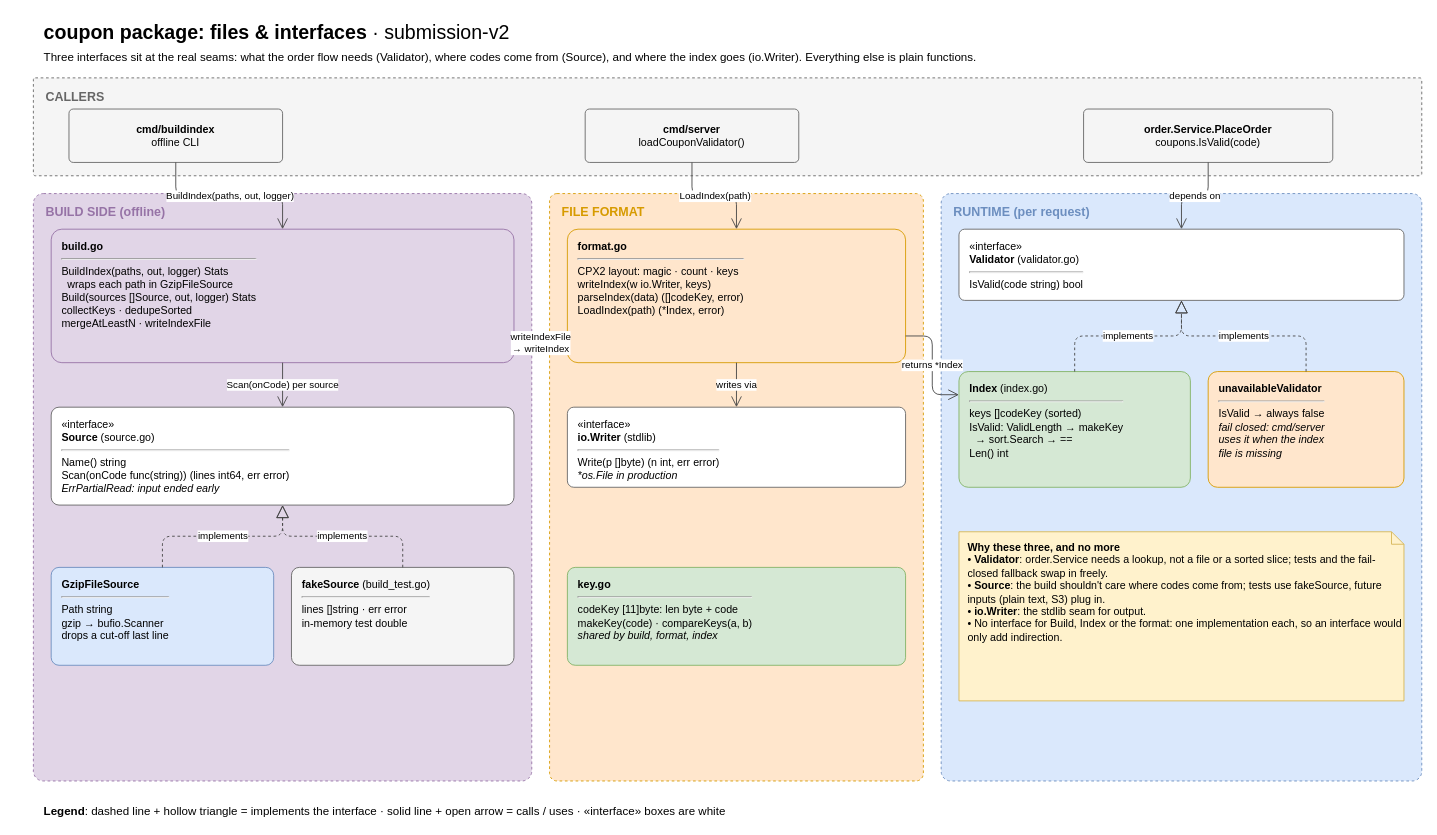
Before: page "Package map - interfaces" (2 of 4) of docs/diagrams/coupon.drawio in Vasanth-Korada/oolio-kart-challenge, a draw.io diagram. Source tidied: cells renumbered, new cells numbered last; positions are measured from the earlier drawing's top-left corner, leaving out a move shared by most shapes. Both pictures are drawn from the tidied source at 89%, with x=0, y=0 at pixel (33, 15).
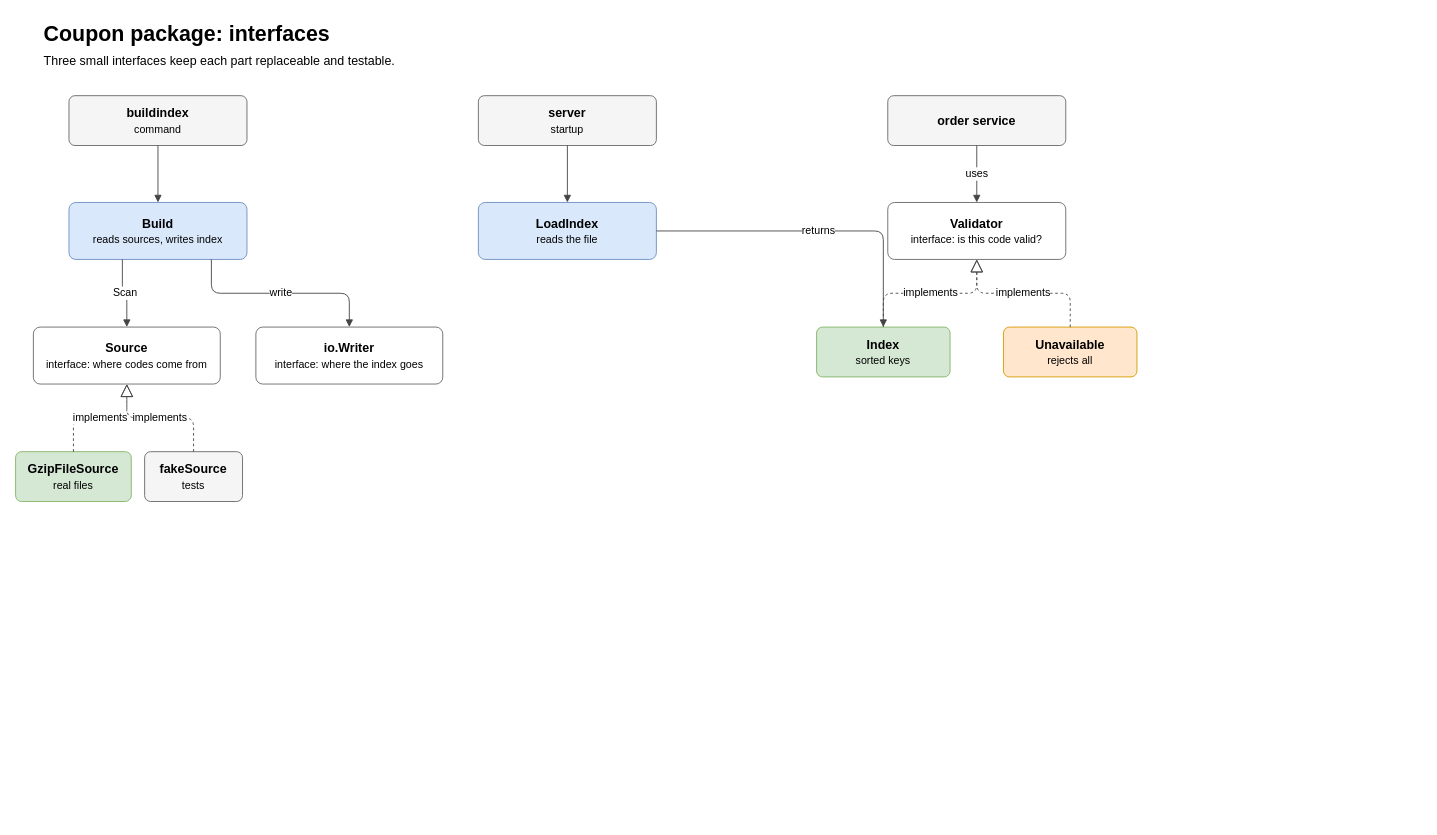
The same diagram, later.

Diff of the diagram source:
```diff
@@
-    <mxCell id="2" value="&lt;b&gt;coupon package: files &amp;amp; interfaces&lt;/b&gt;  ·  submission-v2" style="text;html=1;whiteSpace=wrap;align=left;verticalAlign=top;fontSize=22;" parent="1" vertex="1">
-      <mxGeometry x="10" width="1200" height="30" as="geometry" />
-    </mxCell>
-    <mxCell id="3" value="Three interfaces sit at the real seams: what the order flow needs (Validator), where codes come from (Source), and where the index goes (io.Writer). Everything else is plain functions." style="text;html=1;whiteSpace=wrap;align=left;verticalAlign=top;fontSize=13;" parent="1" vertex="1">
-      <mxGeometry x="10" y="32" width="1500" height="24" as="geometry" />
-    </mxCell>
-    <mxCell id="4" value="CALLERS" style="rounded=1;arcSize=2;dashed=1;whiteSpace=wrap;html=1;fillColor=#f5f5f5;strokeColor=#666666;fontSize=12;verticalAlign=top;align=left;spacingLeft=12;spacingTop=6;fontStyle=1;fontSize=14;fontColor=#666666;" parent="1" vertex="1">
-      <mxGeometry y="70" width="1560" height="110" as="geometry" />
-    </mxCell>
-    <mxCell id="5" value="&lt;b&gt;cmd/buildindex&lt;/b&gt;&lt;br&gt;offline CLI" style="rounded=1;arcSize=8;whiteSpace=wrap;html=1;fillColor=#f5f5f5;strokeColor=#666666;fontSize=12;" parent="1" vertex="1">
-      <mxGeometry x="40" y="105" width="240" height="60" as="geometry" />
-    </mxCell>
-    <mxCell id="6" value="&lt;b&gt;cmd/server&lt;/b&gt;&lt;br&gt;loadCouponValidator()" style="rounded=1;arcSize=8;whiteSpace=wrap;html=1;fillColor=#f5f5f5;strokeColor=#666666;fontSize=12;" parent="1" vertex="1">
-      <mxGeometry x="620" y="105" width="240" height="60" as="geometry" />
-    </mxCell>
-    <mxCell id="7" value="&lt;b&gt;order.Service.PlaceOrder&lt;/b&gt;&lt;br&gt;coupons.IsValid(code)" style="rounded=1;arcSize=8;whiteSpace=wrap;html=1;fillColor=#f5f5f5;strokeColor=#666666;fontSize=12;" parent="1" vertex="1">
-      <mxGeometry x="1180" y="105" width="280" height="60" as="geometry" />
-    </mxCell>
-    <mxCell id="8" value="BUILD SIDE (offline)" style="rounded=1;arcSize=2;dashed=1;whiteSpace=wrap;html=1;fillColor=#e1d5e7;strokeColor=#9673a6;fontSize=12;verticalAlign=top;align=left;spacingLeft=12;spacingTop=6;fontStyle=1;fontSize=14;fontColor=#9673a6;" parent="1" vertex="1">
-      <mxGeometry y="200" width="560" height="660" as="geometry" />
-    </mxCell>
-    <mxCell id="9" value="&lt;b&gt;build.go&lt;/b&gt;&lt;hr&gt;BuildIndex(paths, out, logger) Stats&lt;br&gt;&amp;nbsp;&amp;nbsp;wraps each path in GzipFileSource&lt;br&gt;Build(sources []Source, out, logger) Stats&lt;br&gt;collectKeys · dedupeSorted&lt;br&gt;mergeAtLeastN · writeIndexFile" style="rounded=1;arcSize=8;whiteSpace=wrap;html=1;fillColor=#e1d5e7;strokeColor=#9673a6;fontSize=12;align=left;verticalAlign=top;spacingLeft=10;spacingTop=6;" parent="1" vertex="1">
-      <mxGeometry x="20" y="240" width="520" height="150" as="geometry" />
-    </mxCell>
-    <mxCell id="10" value="«interface»&lt;br&gt;&lt;b&gt;Source&lt;/b&gt;  (source.go)&lt;hr&gt;Name() string&lt;br&gt;Scan(onCode func(string)) (lines int64, err error)&lt;br&gt;&lt;i&gt;ErrPartialRead: input ended early&lt;/i&gt;" style="rounded=1;arcSize=8;whiteSpace=wrap;html=1;fillColor=#ffffff;strokeColor=#666666;fontSize=12;align=left;verticalAlign=top;spacingLeft=10;spacingTop=6;" parent="1" vertex="1">
-      <mxGeometry x="20" y="440" width="520" height="110" as="geometry" />
-    </mxCell>
-    <mxCell id="11" value="&lt;b&gt;GzipFileSource&lt;/b&gt;&lt;hr&gt;Path string&lt;br&gt;gzip → bufio.Scanner&lt;br&gt;drops a cut-off last line" style="rounded=1;arcSize=8;whiteSpace=wrap;html=1;fillColor=#dae8fc;strokeColor=#6c8ebf;fontSize=12;align=left;verticalAlign=top;spacingLeft=10;spacingTop=6;" parent="1" vertex="1">
-      <mxGeometry x="20" y="620" width="250" height="110" as="geometry" />
-    </mxCell>
-    <mxCell id="12" value="&lt;b&gt;fakeSource&lt;/b&gt;  (build_test.go)&lt;hr&gt;lines []string · err error&lt;br&gt;in-memory test double" style="rounded=1;arcSize=8;whiteSpace=wrap;html=1;fillColor=#f5f5f5;strokeColor=#666666;fontSize=12;align=left;verticalAlign=top;spacingLeft=10;spacingTop=6;" parent="1" vertex="1">
-      <mxGeometry x="290" y="620" width="250" height="110" as="geometry" />
-    </mxCell>
-    <mxCell id="13" value="FILE FORMAT" style="rounded=1;arcSize=2;dashed=1;whiteSpace=wrap;html=1;fillColor=#ffe6cc;strokeColor=#d79b00;fontSize=12;verticalAlign=top;align=left;spacingLeft=12;spacingTop=6;fontStyle=1;fontSize=14;fontColor=#d79b00;" parent="1" vertex="1">
-      <mxGeometry x="580" y="200" width="420" height="660" as="geometry" />
-    </mxCell>
-    <mxCell id="14" value="&lt;b&gt;format.go&lt;/b&gt;&lt;hr&gt;CPX2 layout: magic · count · keys&lt;br&gt;writeIndex(w io.Writer, keys)&lt;br&gt;parseIndex(data) ([]codeKey, error)&lt;br&gt;LoadIndex(path) (*Index, error)" style="rounded=1;arcSize=8;whiteSpace=wrap;html=1;fillColor=#ffe6cc;strokeColor=#d79b00;fontSize=12;align=left;verticalAlign=top;spacingLeft=10;spacingTop=6;" parent="1" vertex="1">
-      <mxGeometry x="600" y="240" width="380" height="150" as="geometry" />
-    </mxCell>
-    <mxCell id="15" value="«interface»&lt;br&gt;&lt;b&gt;io.Writer&lt;/b&gt;  (stdlib)&lt;hr&gt;Write(p []byte) (n int, err error)&lt;br&gt;&lt;i&gt;*os.File in production&lt;/i&gt;" style="rounded=1;arcSize=8;whiteSpace=wrap;html=1;fillColor=#ffffff;strokeColor=#666666;fontSize=12;align=left;verticalAlign=top;spacingLeft=10;spacingTop=6;" parent="1" vertex="1">
-      <mxGeometry x="600" y="440" width="380" height="90" as="geometry" />
-    </mxCell>
-    <mxCell id="16" value="&lt;b&gt;key.go&lt;/b&gt;&lt;hr&gt;codeKey [11]byte: len byte + code&lt;br&gt;makeKey(code) · compareKeys(a, b)&lt;br&gt;&lt;i&gt;shared by build, format, index&lt;/i&gt;" style="rounded=1;arcSize=8;whiteSpace=wrap;html=1;fillColor=#d5e8d4;strokeColor=#82b366;fontSize=12;align=left;verticalAlign=top;spacingLeft=10;spacingTop=6;" parent="1" vertex="1">
-      <mxGeometry x="600" y="620" width="380" height="110" as="geometry" />
-    </mxCell>
-    <mxCell id="17" value="RUNTIME (per request)" style="rounded=1;arcSize=2;dashed=1;whiteSpace=wrap;html=1;fillColor=#dae8fc;strokeColor=#6c8ebf;fontSize=12;verticalAlign=top;align=left;spacingLeft=12;spacingTop=6;fontStyle=1;fontSize=14;fontColor=#6c8ebf;" parent="1" vertex="1">
-      <mxGeometry x="1020" y="200" width="540" height="660" as="geometry" />
-    </mxCell>
-    <mxCell id="18" value="«interface»&lt;br&gt;&lt;b&gt;Validator&lt;/b&gt;  (validator.go)&lt;hr&gt;IsValid(code string) bool" style="rounded=1;arcSize=8;whiteSpace=wrap;html=1;fillColor=#ffffff;strokeColor=#666666;fontSize=12;align=left;verticalAlign=top;spacingLeft=10;spacingTop=6;" parent="1" vertex="1">
-      <mxGeometry x="1040" y="240" width="500" height="80" as="geometry" />
-    </mxCell>
-    <mxCell id="19" value="&lt;b&gt;Index&lt;/b&gt;  (index.go)&lt;hr&gt;keys []codeKey (sorted)&lt;br&gt;IsValid: ValidLength → makeKey&lt;br&gt;&amp;nbsp;&amp;nbsp;→ sort.Search → ==&lt;br&gt;Len() int" style="rounded=1;arcSize=8;whiteSpace=wrap;html=1;fillColor=#d5e8d4;strokeColor=#82b366;fontSize=12;align=left;verticalAlign=top;spacingLeft=10;spacingTop=6;" parent="1" vertex="1">
-      <mxGeometry x="1040" y="400" width="260" height="130" as="geometry" />
-    </mxCell>
-    <mxCell id="20" value="&lt;b&gt;unavailableValidator&lt;/b&gt;&lt;hr&gt;IsValid → always false&lt;br&gt;&lt;i&gt;fail closed: cmd/server&lt;br&gt;uses it when the index&lt;br&gt;file is missing&lt;/i&gt;" style="rounded=1;arcSize=8;whiteSpace=wrap;html=1;fillColor=#ffe6cc;strokeColor=#d79b00;fontSize=12;align=left;verticalAlign=top;spacingLeft=10;spacingTop=6;" parent="1" vertex="1">
-      <mxGeometry x="1320" y="400" width="220" height="130" as="geometry" />
-    </mxCell>
-    <mxCell id="21" value="&lt;b&gt;Why these three, and no more&lt;/b&gt;&lt;br&gt;• &lt;b&gt;Validator&lt;/b&gt;: order.Service needs a lookup, not a file or a sorted slice; tests and the fail-closed fallback swap in freely.&lt;br&gt;• &lt;b&gt;Source&lt;/b&gt;: the build shouldn't care where codes come from; tests use fakeSource, future inputs (plain text, S3) plug in.&lt;br&gt;• &lt;b&gt;io.Writer&lt;/b&gt;: the stdlib seam for output.&lt;br&gt;• No interface for Build, Index or the format: one implementation each, so an interface would only add indirection." style="shape=note;size=14;whiteSpace=wrap;html=1;fillColor=#fff2cc;strokeColor=#d6b656;fontSize=12;align=left;verticalAlign=top;spacingLeft=8;spacingTop=4;" parent="1" vertex="1">
-      <mxGeometry x="1040" y="580" width="500" height="190" as="geometry" />
-    </mxCell>
-    <mxCell id="22" value="BuildIndex(paths, out, logger)" style="edgeStyle=orthogonalEdgeStyle;rounded=1;html=1;endArrow=block;endFill=1;strokeColor=#444444;fontSize=11;labelBackgroundColor=#ffffff;endArrow=open;endSize=10;" parent="1" edge="1" source="5" target="9">
-      <mxGeometry relative="1" as="geometry" />
-    </mxCell>
-    <mxCell id="23" value="Scan(onCode) per source" style="edgeStyle=orthogonalEdgeStyle;rounded=1;html=1;endArrow=block;endFill=1;strokeColor=#444444;fontSize=11;labelBackgroundColor=#ffffff;endArrow=open;endSize=10;" parent="1" edge="1" source="9" target="10">
-      <mxGeometry relative="1" as="geometry" />
-    </mxCell>
-    <mxCell id="24" value="implements" style="edgeStyle=orthogonalEdgeStyle;rounded=1;html=1;endArrow=block;endFill=1;strokeColor=#444444;fontSize=11;labelBackgroundColor=#ffffff;endArrow=block;endFill=0;dashed=1;endSize=12;" parent="1" edge="1" source="11" target="10">
-      <mxGeometry relative="1" as="geometry" />
-    </mxCell>
-    <mxCell id="25" value="implements" style="edgeStyle=orthogonalEdgeStyle;rounded=1;html=1;endArrow=block;endFill=1;strokeColor=#444444;fontSize=11;labelBackgroundColor=#ffffff;endArrow=block;endFill=0;dashed=1;endSize=12;" parent="1" edge="1" source="12" target="10">
-      <mxGeometry relative="1" as="geometry" />
-    </mxCell>
-    <mxCell id="26" value="writeIndexFile&lt;br&gt;→ writeIndex" style="edgeStyle=orthogonalEdgeStyle;rounded=1;html=1;endArrow=block;endFill=1;strokeColor=#444444;fontSize=11;labelBackgroundColor=#ffffff;endArrow=open;endSize=10;exitX=1;exitY=0.85;entryX=0;entryY=0.85;" parent="1" edge="1" source="9" target="14">
-      <mxGeometry relative="1" as="geometry" />
-    </mxCell>
-    <mxCell id="27" value="writes via" style="edgeStyle=orthogonalEdgeStyle;rounded=1;html=1;endArrow=block;endFill=1;strokeColor=#444444;fontSize=11;labelBackgroundColor=#ffffff;endArrow=open;endSize=10;" parent="1" edge="1" source="14" target="15">
-      <mxGeometry relative="1" as="geometry" />
-    </mxCell>
-    <mxCell id="28" value="LoadIndex(path)" style="edgeStyle=orthogonalEdgeStyle;rounded=1;html=1;endArrow=block;endFill=1;strokeColor=#444444;fontSize=11;labelBackgroundColor=#ffffff;endArrow=open;endSize=10;" parent="1" edge="1" source="6" target="14">
-      <mxGeometry relative="1" as="geometry" />
-    </mxCell>
-    <mxCell id="29" value="returns *Index" style="edgeStyle=orthogonalEdgeStyle;rounded=1;html=1;endArrow=block;endFill=1;strokeColor=#444444;fontSize=11;labelBackgroundColor=#ffffff;endArrow=open;endSize=10;exitX=1;exitY=0.8;entryX=0;entryY=0.2;" parent="1" edge="1" source="14" target="19">
-      <mxGeometry relative="1" as="geometry" />
-    </mxCell>
-    <mxCell id="30" value="depends on" style="edgeStyle=orthogonalEdgeStyle;rounded=1;html=1;endArrow=block;endFill=1;strokeColor=#444444;fontSize=11;labelBackgroundColor=#ffffff;endArrow=open;endSize=10;" parent="1" edge="1" source="7" target="18">
-      <mxGeometry relative="1" as="geometry" />
-    </mxCell>
-    <mxCell id="31" value="implements" style="edgeStyle=orthogonalEdgeStyle;rounded=1;html=1;endArrow=block;endFill=1;strokeColor=#444444;fontSize=11;labelBackgroundColor=#ffffff;endArrow=block;endFill=0;dashed=1;endSize=12;" parent="1" edge="1" source="19" target="18">
-      <mxGeometry relative="1" as="geometry" />
-    </mxCell>
-    <mxCell id="32" value="implements" style="edgeStyle=orthogonalEdgeStyle;rounded=1;html=1;endArrow=block;endFill=1;strokeColor=#444444;fontSize=11;labelBackgroundColor=#ffffff;endArrow=block;endFill=0;dashed=1;endSize=12;" parent="1" edge="1" source="20" target="18">
-      <mxGeometry relative="1" as="geometry" />
-    </mxCell>
-    <mxCell id="33" value="&lt;b&gt;Legend&lt;/b&gt;:  dashed line + hollow triangle = implements the interface  ·  solid line + open arrow = calls / uses  ·  «interface» boxes are white" style="text;html=1;whiteSpace=wrap;align=left;verticalAlign=top;fontSize=13;" parent="1" vertex="1">
-      <mxGeometry x="10" y="880" width="1500" height="24" as="geometry" />
-    </mxCell>
+    <mxCell id="34" value="&lt;b&gt;Coupon package: interfaces&lt;/b&gt;" style="text;html=1;whiteSpace=wrap;align=left;verticalAlign=top;fontSize=24;" parent="1" vertex="1">
+      <mxGeometry x="10" width="1300" height="32" as="geometry" />
+    </mxCell>
+    <mxCell id="35" value="Three small interfaces keep each part replaceable and testable." style="text;html=1;whiteSpace=wrap;align=left;verticalAlign=top;fontSize=14;" parent="1" vertex="1">
+      <mxGeometry x="10" y="36" width="1300" height="24" as="geometry" />
+    </mxCell>
+    <mxCell id="36" value="&lt;b&gt;buildindex&lt;/b&gt;&lt;br&gt;&lt;span style='font-size:12px'&gt;command&lt;/span&gt;" style="rounded=1;arcSize=12;whiteSpace=wrap;html=1;fillColor=#f5f5f5;strokeColor=#666666;fontSize=12;fontSize=14;" parent="1" vertex="1">
+      <mxGeometry x="40" y="90" width="200" height="56" as="geometry" />
+    </mxCell>
+    <mxCell id="37" value="&lt;b&gt;server&lt;/b&gt;&lt;br&gt;&lt;span style='font-size:12px'&gt;startup&lt;/span&gt;" style="rounded=1;arcSize=12;whiteSpace=wrap;html=1;fillColor=#f5f5f5;strokeColor=#666666;fontSize=12;fontSize=14;" parent="1" vertex="1">
+      <mxGeometry x="500" y="90" width="200" height="56" as="geometry" />
+    </mxCell>
+    <mxCell id="38" value="&lt;b&gt;order service&lt;/b&gt;" style="rounded=1;arcSize=12;whiteSpace=wrap;html=1;fillColor=#f5f5f5;strokeColor=#666666;fontSize=12;fontSize=14;" parent="1" vertex="1">
+      <mxGeometry x="960" y="90" width="200" height="56" as="geometry" />
+    </mxCell>
+    <mxCell id="39" value="&lt;b&gt;Build&lt;/b&gt;&lt;br&gt;&lt;span style='font-size:12px'&gt;reads sources, writes index&lt;/span&gt;" style="rounded=1;arcSize=12;whiteSpace=wrap;html=1;fillColor=#dae8fc;strokeColor=#6c8ebf;fontSize=12;fontSize=14;" parent="1" vertex="1">
+      <mxGeometry x="40" y="210" width="200" height="64" as="geometry" />
+    </mxCell>
+    <mxCell id="40" value="&lt;b&gt;LoadIndex&lt;/b&gt;&lt;br&gt;&lt;span style='font-size:12px'&gt;reads the file&lt;/span&gt;" style="rounded=1;arcSize=12;whiteSpace=wrap;html=1;fillColor=#dae8fc;strokeColor=#6c8ebf;fontSize=12;fontSize=14;" parent="1" vertex="1">
+      <mxGeometry x="500" y="210" width="200" height="64" as="geometry" />
+    </mxCell>
+    <mxCell id="41" value="&lt;b&gt;Source&lt;/b&gt;&lt;br&gt;&lt;span style='font-size:12px'&gt;interface: where codes come from&lt;/span&gt;" style="rounded=1;arcSize=12;whiteSpace=wrap;html=1;fillColor=#ffffff;strokeColor=#666666;fontSize=12;fontSize=14;" parent="1" vertex="1">
+      <mxGeometry y="350" width="210" height="64" as="geometry" />
+    </mxCell>
+    <mxCell id="42" value="&lt;b&gt;io.Writer&lt;/b&gt;&lt;br&gt;&lt;span style='font-size:12px'&gt;interface: where the index goes&lt;/span&gt;" style="rounded=1;arcSize=12;whiteSpace=wrap;html=1;fillColor=#ffffff;strokeColor=#666666;fontSize=12;fontSize=14;" parent="1" vertex="1">
+      <mxGeometry x="250" y="350" width="210" height="64" as="geometry" />
+    </mxCell>
+    <mxCell id="43" value="&lt;b&gt;Validator&lt;/b&gt;&lt;br&gt;&lt;span style='font-size:12px'&gt;interface: is this code valid?&lt;/span&gt;" style="rounded=1;arcSize=12;whiteSpace=wrap;html=1;fillColor=#ffffff;strokeColor=#666666;fontSize=12;fontSize=14;" parent="1" vertex="1">
+      <mxGeometry x="960" y="210" width="200" height="64" as="geometry" />
+    </mxCell>
+    <mxCell id="44" value="&lt;b&gt;GzipFileSource&lt;/b&gt;&lt;br&gt;&lt;span style='font-size:12px'&gt;real files&lt;/span&gt;" style="rounded=1;arcSize=12;whiteSpace=wrap;html=1;fillColor=#d5e8d4;strokeColor=#82b366;fontSize=12;fontSize=14;" parent="1" vertex="1">
+      <mxGeometry x="-20" y="490" width="130" height="56" as="geometry" />
+    </mxCell>
+    <mxCell id="45" value="&lt;b&gt;fakeSource&lt;/b&gt;&lt;br&gt;&lt;span style='font-size:12px'&gt;tests&lt;/span&gt;" style="rounded=1;arcSize=12;whiteSpace=wrap;html=1;fillColor=#f5f5f5;strokeColor=#666666;fontSize=12;fontSize=14;" parent="1" vertex="1">
+      <mxGeometry x="125" y="490" width="110" height="56" as="geometry" />
+    </mxCell>
+    <mxCell id="46" value="&lt;b&gt;Index&lt;/b&gt;&lt;br&gt;&lt;span style='font-size:12px'&gt;sorted keys&lt;/span&gt;" style="rounded=1;arcSize=12;whiteSpace=wrap;html=1;fillColor=#d5e8d4;strokeColor=#82b366;fontSize=12;fontSize=14;" parent="1" vertex="1">
+      <mxGeometry x="880" y="350" width="150" height="56" as="geometry" />
+    </mxCell>
+    <mxCell id="47" value="&lt;b&gt;Unavailable&lt;/b&gt;&lt;br&gt;&lt;span style='font-size:12px'&gt;rejects all&lt;/span&gt;" style="rounded=1;arcSize=12;whiteSpace=wrap;html=1;fillColor=#ffe6cc;strokeColor=#d79b00;fontSize=12;fontSize=14;" parent="1" vertex="1">
+      <mxGeometry x="1090" y="350" width="150" height="56" as="geometry" />
+    </mxCell>
+    <mxCell id="48" style="edgeStyle=orthogonalEdgeStyle;rounded=1;html=1;endArrow=block;endFill=1;strokeColor=#444444;fontSize=11;labelBackgroundColor=#ffffff;fontSize=12;" parent="1" edge="1" source="36" target="39">
+      <mxGeometry relative="1" as="geometry" />
+    </mxCell>
+    <mxCell id="49" style="edgeStyle=orthogonalEdgeStyle;rounded=1;html=1;endArrow=block;endFill=1;strokeColor=#444444;fontSize=11;labelBackgroundColor=#ffffff;fontSize=12;" parent="1" edge="1" source="37" target="40">
+      <mxGeometry relative="1" as="geometry" />
+    </mxCell>
+    <mxCell id="50" value="uses" style="edgeStyle=orthogonalEdgeStyle;rounded=1;html=1;endArrow=block;endFill=1;strokeColor=#444444;fontSize=11;labelBackgroundColor=#ffffff;fontSize=12;" parent="1" edge="1" source="38" target="43">
+      <mxGeometry relative="1" as="geometry" />
+    </mxCell>
+    <mxCell id="51" value="Scan" style="edgeStyle=orthogonalEdgeStyle;rounded=1;html=1;endArrow=block;endFill=1;strokeColor=#444444;fontSize=11;labelBackgroundColor=#ffffff;fontSize=12;exitX=0.3;exitY=1;entryX=0.5;entryY=0;" parent="1" edge="1" source="39" target="41">
+      <mxGeometry relative="1" as="geometry" />
+    </mxCell>
+    <mxCell id="52" value="write" style="edgeStyle=orthogonalEdgeStyle;rounded=1;html=1;endArrow=block;endFill=1;strokeColor=#444444;fontSize=11;labelBackgroundColor=#ffffff;fontSize=12;exitX=0.8;exitY=1;entryX=0.5;entryY=0;" parent="1" edge="1" source="39" target="42">
+      <mxGeometry relative="1" as="geometry" />
+    </mxCell>
+    <mxCell id="53" value="returns" style="edgeStyle=orthogonalEdgeStyle;rounded=1;html=1;endArrow=block;endFill=1;strokeColor=#444444;fontSize=11;labelBackgroundColor=#ffffff;fontSize=12;exitX=1;exitY=0.5;entryX=0.5;entryY=0;" parent="1" edge="1" source="40" target="46">
+      <mxGeometry relative="1" as="geometry" />
+    </mxCell>
+    <mxCell id="54" value="implements" style="edgeStyle=orthogonalEdgeStyle;rounded=1;html=1;endArrow=block;endFill=1;strokeColor=#444444;fontSize=11;labelBackgroundColor=#ffffff;fontSize=12;endArrow=block;endFill=0;dashed=1;endSize=12;" parent="1" edge="1" source="44" target="41">
+      <mxGeometry relative="1" as="geometry" />
+    </mxCell>
+    <mxCell id="55" value="implements" style="edgeStyle=orthogonalEdgeStyle;rounded=1;html=1;endArrow=block;endFill=1;strokeColor=#444444;fontSize=11;labelBackgroundColor=#ffffff;fontSize=12;endArrow=block;endFill=0;dashed=1;endSize=12;" parent="1" edge="1" source="45" target="41">
+      <mxGeometry relative="1" as="geometry" />
+    </mxCell>
+    <mxCell id="56" value="implements" style="edgeStyle=orthogonalEdgeStyle;rounded=1;html=1;endArrow=block;endFill=1;strokeColor=#444444;fontSize=11;labelBackgroundColor=#ffffff;fontSize=12;endArrow=block;endFill=0;dashed=1;endSize=12;" parent="1" edge="1" source="46" target="43">
+      <mxGeometry relative="1" as="geometry" />
+    </mxCell>
+    <mxCell id="57" value="implements" style="edgeStyle=orthogonalEdgeStyle;rounded=1;html=1;endArrow=block;endFill=1;strokeColor=#444444;fontSize=11;labelBackgroundColor=#ffffff;fontSize=12;endArrow=block;endFill=0;dashed=1;endSize=12;" parent="1" edge="1" source="47" target="43">
+      <mxGeometry relative="1" as="geometry" />
+    </mxCell>
```
